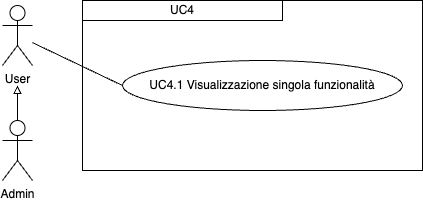
The draw.io diagram imgs/Uml/UC4.1.png in ShameIRL/farmacode, before a commit. Source tidied: cells renumbered, new cells last; positions are measured from the earlier drawing's top-left corner, leaving out a move shared by most shapes. The source it was exported from:
```xml
<mxGraphModel>
  <root>
    <mxCell id="0" />
    <mxCell id="1" parent="0" />
    <mxCell id="2" value="UC4.1 Visualizzazione singola funzionalità" style="ellipse;whiteSpace=wrap;html=1;" parent="1" vertex="1">
      <mxGeometry x="120" y="60" width="280" height="50" as="geometry" />
    </mxCell>
    <mxCell id="3" value="User" style="shape=umlActor;verticalLabelPosition=bottom;verticalAlign=top;html=1;outlineConnect=0;" parent="1" vertex="1">
      <mxGeometry y="5" width="30" height="60" as="geometry" />
    </mxCell>
    <mxCell id="4" style="edgeStyle=orthogonalEdgeStyle;rounded=0;jettySize=auto;html=1;exitX=0.5;exitY=0;exitDx=0;exitDy=0;exitPerimeter=0;endArrow=block;endFill=0;" parent="1" edge="1" source="5">
      <mxGeometry relative="1" as="geometry">
        <mxPoint x="15" y="85" as="targetPoint" />
      </mxGeometry>
    </mxCell>
    <mxCell id="5" value="Admin" style="shape=umlActor;verticalLabelPosition=bottom;verticalAlign=top;html=1;outlineConnect=0;" parent="1" vertex="1">
      <mxGeometry y="120" width="30" height="60" as="geometry" />
    </mxCell>
    <mxCell id="6" style="endArrow=none;html=1;rounded=0;entryX=0;entryY=0.5;entryDx=0;entryDy=0;" parent="1" edge="1" source="3" target="2">
      <mxGeometry relative="1" as="geometry" />
    </mxCell>
    <mxCell id="7" value="UC4" style="rounded=0;whiteSpace=wrap;html=1;" parent="1" vertex="1">
      <mxGeometry x="80" width="200" height="20" as="geometry" />
    </mxCell>
    <mxCell id="8" style="rounded=0;whiteSpace=wrap;html=1;fillColor=none;" parent="1" vertex="1">
      <mxGeometry x="80" width="340" height="170" as="geometry" />
    </mxCell>
  </root>
</mxGraphModel>
```
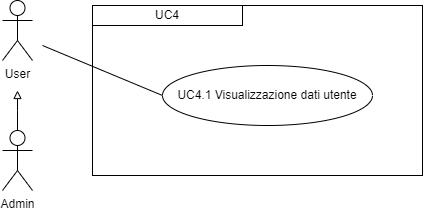
The same diagram one commit later.

Change to the diagram source:
```diff
@@ -2,28 +2,34 @@
   <root>
     <mxCell id="0" />
     <mxCell id="1" parent="0" />
-    <mxCell id="2" value="UC4.1 Visualizzazione singola funzionalità" style="ellipse;whiteSpace=wrap;html=1;" parent="1" vertex="1">
-      <mxGeometry x="120" y="60" width="280" height="50" as="geometry" />
-    </mxCell>
+    <mxCell id="9" style="edgeStyle=orthogonalEdgeStyle;rounded=0;jettySize=auto;html=1;strokeColor=#000000;endArrow=block;endFill=0;" parent="1" edge="1" source="5">
+      <mxGeometry relative="1" as="geometry">
+        <mxPoint x="175" y="255" as="targetPoint" />
+        <Array as="points">
+          <mxPoint x="175" y="275" />
+          <mxPoint x="175" y="275" />
+        </Array>
+      </mxGeometry>
+    </mxCell>
+    <mxCell id="5" value="Admin" style="shape=umlActor;verticalLabelPosition=bottom;verticalAlign=top;html=1;outlineConnect=0;" parent="1" vertex="1">
+      <mxGeometry x="160" y="295" width="30" height="60" as="geometry" />
+    </mxCell>
     <mxCell id="3" value="User" style="shape=umlActor;verticalLabelPosition=bottom;verticalAlign=top;html=1;outlineConnect=0;" parent="1" vertex="1">
-      <mxGeometry y="5" width="30" height="60" as="geometry" />
+      <mxGeometry x="160" y="165" width="30" height="60" as="geometry" />
     </mxCell>
-    <mxCell id="4" style="edgeStyle=orthogonalEdgeStyle;rounded=0;jettySize=auto;html=1;exitX=0.5;exitY=0;exitDx=0;exitDy=0;exitPerimeter=0;endArrow=block;endFill=0;" parent="1" edge="1" source="5">
-      <mxGeometry relative="1" as="geometry">
-        <mxPoint x="15" y="85" as="targetPoint" />
-      </mxGeometry>
-    </mxCell>
-    <mxCell id="5" value="Admin" style="shape=umlActor;verticalLabelPosition=bottom;verticalAlign=top;html=1;outlineConnect=0;" parent="1" vertex="1">
-      <mxGeometry y="120" width="30" height="60" as="geometry" />
-    </mxCell>
-    <mxCell id="6" style="endArrow=none;html=1;rounded=0;entryX=0;entryY=0.5;entryDx=0;entryDy=0;" parent="1" edge="1" source="3" target="2">
-      <mxGeometry relative="1" as="geometry" />
-    </mxCell>
+    <mxCell id="10" style="rounded=0;whiteSpace=wrap;html=1;fillColor=none;" parent="1" vertex="1">
+      <mxGeometry x="250" y="170" width="330" height="170" as="geometry" />
+    </mxCell>
-    <mxCell id="7" value="UC4" style="rounded=0;whiteSpace=wrap;html=1;" parent="1" vertex="1">
-      <mxGeometry x="80" width="200" height="20" as="geometry" />
+    <mxCell id="7" value="&lt;div style=&quot;&quot;&gt;UC4&lt;/div&gt;" style="rounded=0;whiteSpace=wrap;html=1;fillColor=none;align=center;" parent="1" vertex="1">
+      <mxGeometry x="250" y="170" width="150" height="20" as="geometry" />
     </mxCell>
-    <mxCell id="8" style="rounded=0;whiteSpace=wrap;html=1;fillColor=none;" parent="1" vertex="1">
-      <mxGeometry x="80" width="340" height="170" as="geometry" />
-    </mxCell>
+    <mxCell id="11" value="UC4.1 Visualizzazione dati utente" style="ellipse;whiteSpace=wrap;html=1;" parent="1" vertex="1">
+      <mxGeometry x="320" y="230" width="210" height="60" as="geometry" />
+    </mxCell>
+    <mxCell id="12" style="endArrow=none;html=1;rounded=0;entryX=0;entryY=0.5;entryDx=0;entryDy=0;" parent="1" edge="1" target="11">
+      <mxGeometry relative="1" as="geometry">
+        <mxPoint x="200" y="210" as="sourcePoint" />
+      </mxGeometry>
+    </mxCell>
   </root>
 </mxGraphModel>
```
